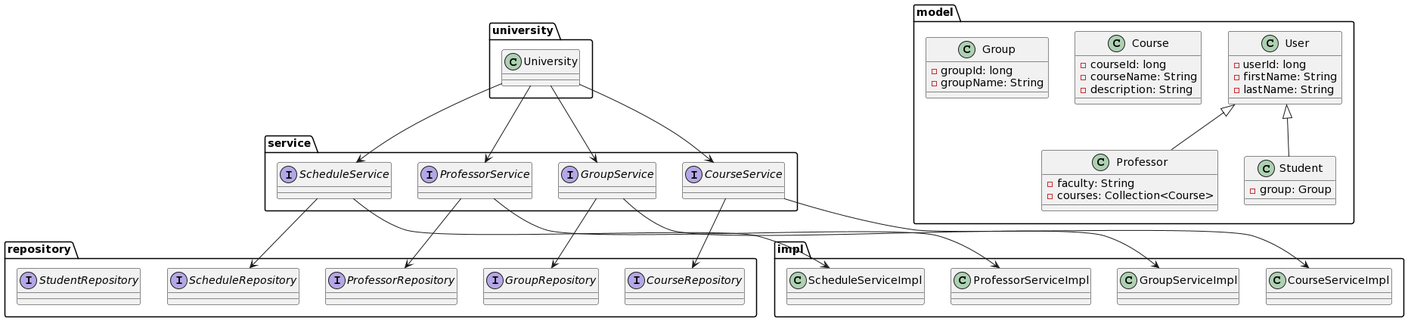
Above: diagram.png in d-svol/university-cms (PlantUML), before the change.
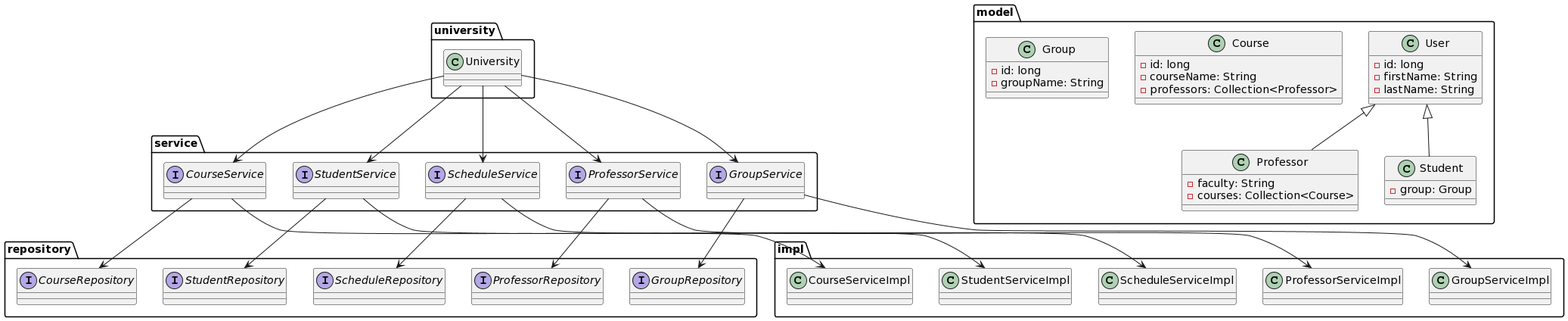
Above is the later version.

Diff of the diagram source:
```diff
@@ -5,7 +5,7 @@
 
 package model {
   class User {
-  - userId: long
+  - id: long
   - firstName: String
   - lastName: String
   }
@@ -20,13 +20,13 @@
   }
 
   class Course {
-    - courseId: long
+    - id: long
     - courseName: String
-    - description: String
+    - professors: Collection<Professor>
   }
 
   class Group {
-    - groupId: long
+    - id: long
     - groupName: String
   }
 }
@@ -44,6 +44,7 @@
   interface GroupService
   interface ProfessorService
   interface ScheduleService
+  interface StudentService
 }
 
 package impl {
@@ -51,6 +52,7 @@
   class GroupServiceImpl
   class ProfessorServiceImpl
   class ScheduleServiceImpl
+  class StudentServiceImpl
 }
 
 User <|-- Professor
@@ -60,14 +62,17 @@
 University --> GroupService
 University --> ProfessorService
 University --> ScheduleService
+University --> StudentService
 
 CourseService --> CourseServiceImpl
 GroupService --> GroupServiceImpl
 ProfessorService --> ProfessorServiceImpl
 ScheduleService --> ScheduleServiceImpl
+StudentService --> StudentServiceImpl
 
 CourseService --> CourseRepository
 GroupService --> GroupRepository
 ProfessorService --> ProfessorRepository
 ScheduleService --> ScheduleRepository
+StudentService --> StudentRepository
 @enduml
```
